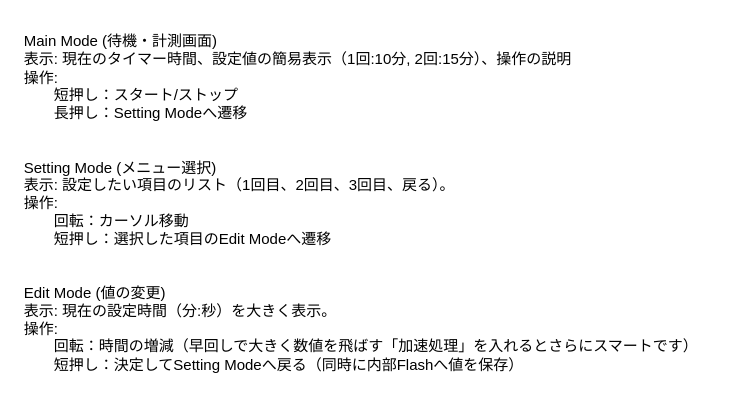
Else156/AutomaticPresentationTimer keeps this draw.io diagram as page "状態遷移" (2 of 3) of タイマー装置概要.drawio. Above is the earlier version. Source tidied: cells renumbered, new cells numbered last; positions are measured from the earlier drawing's top-left corner, leaving out a move shared by most shapes. Both pictures are drawn from the tidied source at 125%, with x=0, y=0 at pixel (21, 21).
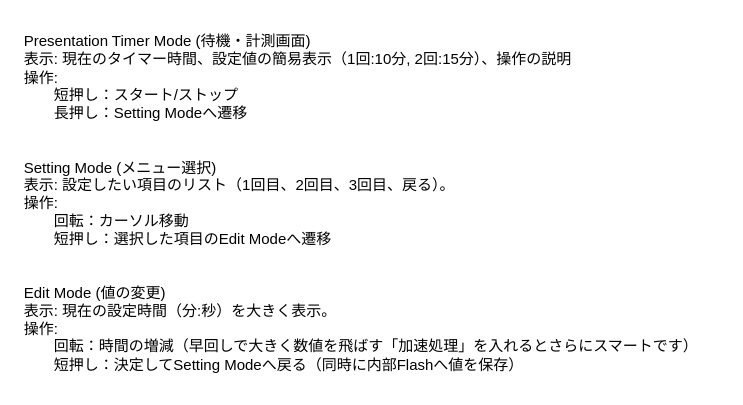
Above is the later version.

Commit message:
状態名変更

Diff of the diagram source:
```diff
@@
 <mxGraphModel>
   <root>
     <mxCell id="0" />
     <mxCell id="1" parent="0" />
-    <mxCell id="2" value="&lt;div&gt;Main Mode (待機・計測画面)&lt;/div&gt;&lt;div&gt;表示: 現在のタイマー時間、設定値の簡易表示（1回:10分, 2回:15分）、操作の説明&lt;/div&gt;&lt;div&gt;&lt;span style=&quot;background-color: initial;&quot;&gt;操作:&lt;/span&gt;&lt;br&gt;&lt;/div&gt;&lt;div&gt;&lt;span style=&quot;background-color: initial;&quot;&gt;　　短押し：スタート/ストップ&lt;/span&gt;&lt;/div&gt;&lt;div&gt;　　長押し：Setting Modeへ遷移&lt;/div&gt;&lt;div&gt;&lt;br&gt;&lt;/div&gt;&lt;div&gt;&lt;br&gt;&lt;/div&gt;&lt;div&gt;Setting Mode (メニュー選択)&lt;/div&gt;&lt;div&gt;&lt;span style=&quot;background-color: initial;&quot;&gt;表示: 設定したい項目のリスト（1回目、2回目、3回目、戻る）。&lt;/span&gt;&lt;br&gt;&lt;/div&gt;&lt;div&gt;&lt;span style=&quot;background-color: initial;&quot;&gt;操作:&lt;/span&gt;&lt;br&gt;&lt;/div&gt;&lt;div&gt;&lt;span style=&quot;background-color: initial;&quot;&gt;　　回転：カーソル移動&lt;/span&gt;&lt;br&gt;&lt;/div&gt;&lt;div&gt;&lt;span style=&quot;background-color: initial;&quot;&gt;　　短押し：選択した項目のEdit Modeへ遷移&lt;/span&gt;&lt;br&gt;&lt;/div&gt;&lt;div&gt;&lt;br&gt;&lt;/div&gt;&lt;div&gt;&lt;br&gt;&lt;/div&gt;&lt;div&gt;Edit Mode (値の変更)&lt;/div&gt;&lt;div&gt;&lt;span style=&quot;background-color: initial;&quot;&gt;表示: 現在の設定時間（分:秒）を大きく表示。&lt;/span&gt;&lt;br&gt;&lt;/div&gt;&lt;div&gt;&lt;span style=&quot;background-color: initial;&quot;&gt;操作:&lt;/span&gt;&lt;br&gt;&lt;/div&gt;&lt;div&gt;&lt;span style=&quot;background-color: initial;&quot;&gt;　　回転：時間の増減（早回しで大きく数値を飛ばす「加速処理」を入れるとさらにスマートです）&lt;/span&gt;&lt;br&gt;&lt;/div&gt;&lt;div&gt;&lt;span style=&quot;background-color: initial;&quot;&gt;　　短押し：決定してSetting Modeへ戻る（同時に内部Flashへ値を保存）&lt;/span&gt;&lt;br&gt;&lt;/div&gt;" style="text;html=1;align=left;verticalAlign=middle;strokeColor=none;fillColor=none;" parent="1" vertex="1">
+    <mxCell id="2" value="&lt;div&gt;Presentation Timer Mode (待機・計測画面)&lt;/div&gt;&lt;div&gt;表示: 現在のタイマー時間、設定値の簡易表示（1回:10分, 2回:15分）、操作の説明&lt;/div&gt;&lt;div&gt;&lt;span style=&quot;background-color: initial;&quot;&gt;操作:&lt;/span&gt;&lt;br&gt;&lt;/div&gt;&lt;div&gt;&lt;span style=&quot;background-color: initial;&quot;&gt;　　短押し：スタート/ストップ&lt;/span&gt;&lt;/div&gt;&lt;div&gt;　　長押し：Setting Modeへ遷移&lt;/div&gt;&lt;div&gt;&lt;br&gt;&lt;/div&gt;&lt;div&gt;&lt;br&gt;&lt;/div&gt;&lt;div&gt;Setting Mode (メニュー選択)&lt;/div&gt;&lt;div&gt;&lt;span style=&quot;background-color: initial;&quot;&gt;表示: 設定したい項目のリスト（1回目、2回目、3回目、戻る）。&lt;/span&gt;&lt;br&gt;&lt;/div&gt;&lt;div&gt;&lt;span style=&quot;background-color: initial;&quot;&gt;操作:&lt;/span&gt;&lt;br&gt;&lt;/div&gt;&lt;div&gt;&lt;span style=&quot;background-color: initial;&quot;&gt;　　回転：カーソル移動&lt;/span&gt;&lt;br&gt;&lt;/div&gt;&lt;div&gt;&lt;span style=&quot;background-color: initial;&quot;&gt;　　短押し：選択した項目のEdit Modeへ遷移&lt;/span&gt;&lt;br&gt;&lt;/div&gt;&lt;div&gt;&lt;br&gt;&lt;/div&gt;&lt;div&gt;&lt;br&gt;&lt;/div&gt;&lt;div&gt;Edit Mode (値の変更)&lt;/div&gt;&lt;div&gt;&lt;span style=&quot;background-color: initial;&quot;&gt;表示: 現在の設定時間（分:秒）を大きく表示。&lt;/span&gt;&lt;br&gt;&lt;/div&gt;&lt;div&gt;&lt;span style=&quot;background-color: initial;&quot;&gt;操作:&lt;/span&gt;&lt;br&gt;&lt;/div&gt;&lt;div&gt;&lt;span style=&quot;background-color: initial;&quot;&gt;　　回転：時間の増減（早回しで大きく数値を飛ばす「加速処理」を入れるとさらにスマートです）&lt;/span&gt;&lt;br&gt;&lt;/div&gt;&lt;div&gt;&lt;span style=&quot;background-color: initial;&quot;&gt;　　短押し：決定してSetting Modeへ戻る（同時に内部Flashへ値を保存）&lt;/span&gt;&lt;br&gt;&lt;/div&gt;" style="text;html=1;align=left;verticalAlign=middle;strokeColor=none;fillColor=none;" parent="1" vertex="1">
       <mxGeometry width="560" height="290" as="geometry" />
     </mxCell>
   </root>
 </mxGraphModel>
```
